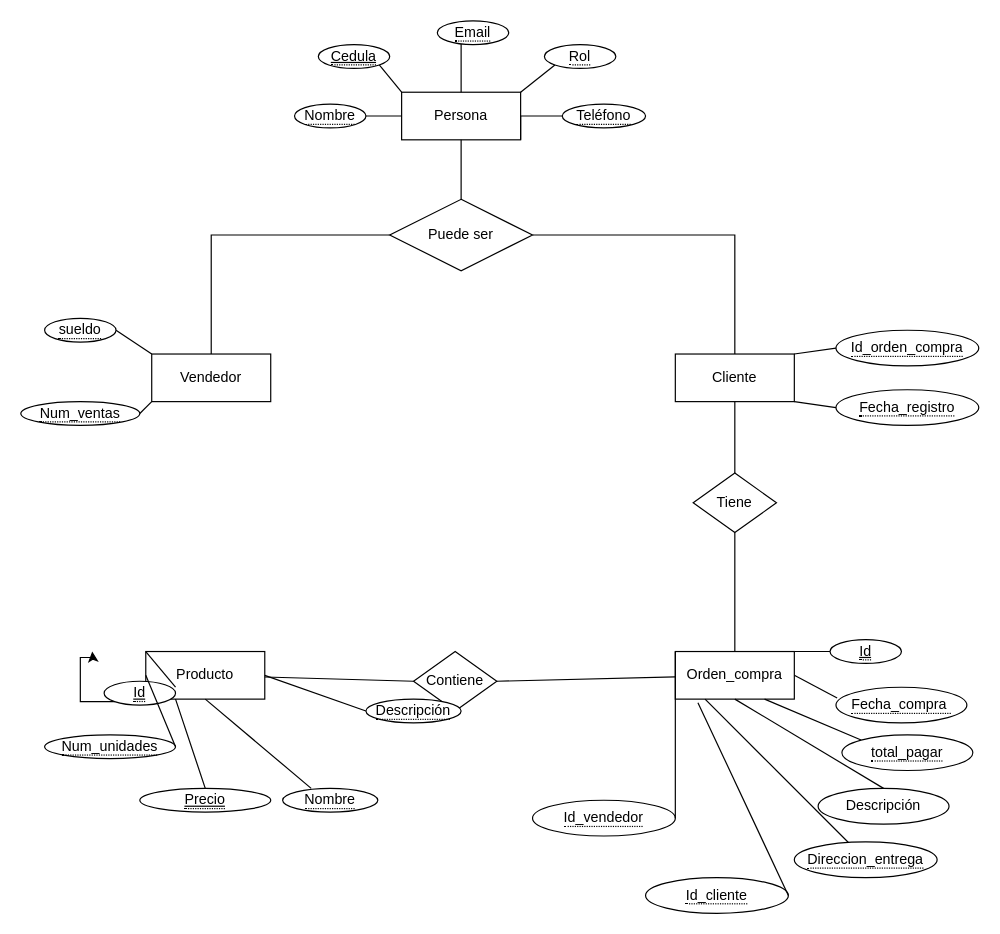
Above: Diagrama sin título.drawio in leonyudithk/Bakery-Shop (draw.io), before the change. Source tidied: cells renumbered, new cells numbered last; positions are measured from the earlier drawing's top-left corner, leaving out a move shared by most shapes. Both pictures are drawn from the tidied source at 119%, with x=0, y=0 at pixel (20, 20).
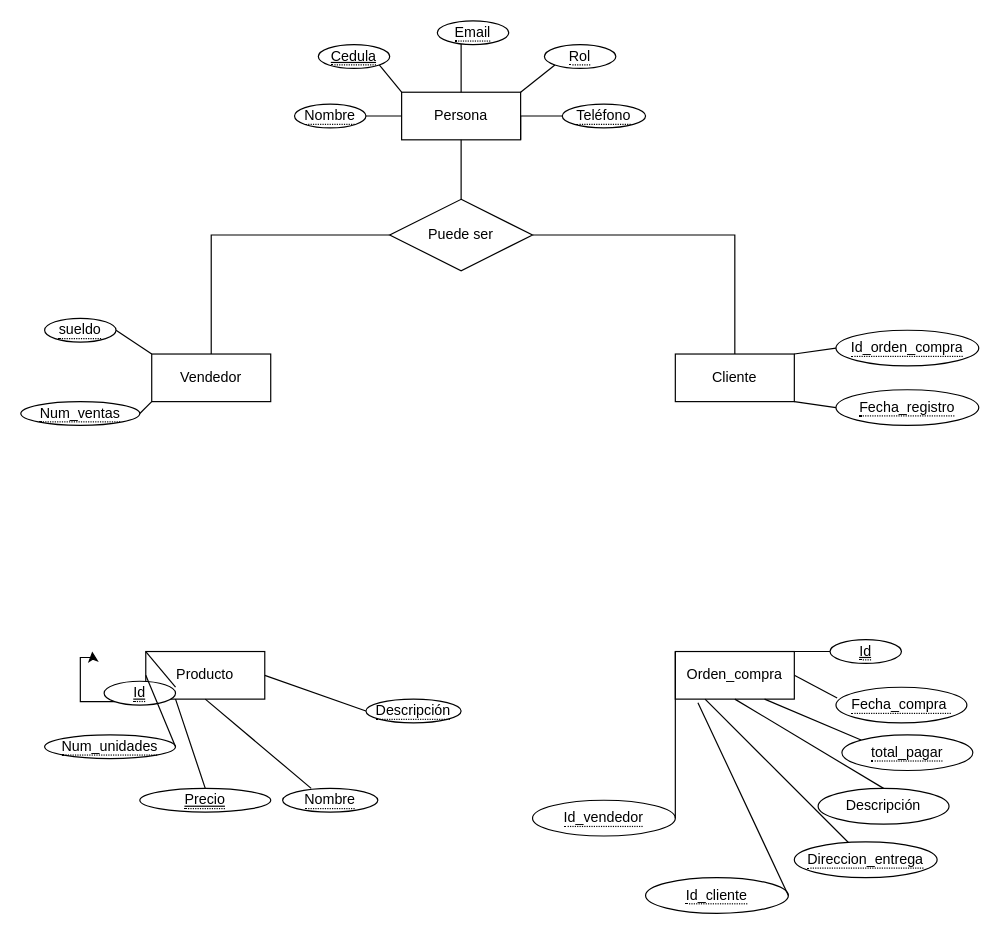
The same diagram, later.

The change refers to these unchanged cells:
```xml
<mxCell id="4" value="Producto" style="whiteSpace=wrap;html=1;align=center;" parent="1" vertex="1">
  <mxGeometry x="105" y="530" width="100" height="40" as="geometry" />
</mxCell>
<mxCell id="5" value="Orden_compra" style="whiteSpace=wrap;html=1;align=center;" parent="1" vertex="1">
  <mxGeometry x="550" y="530" width="100" height="40" as="geometry" />
</mxCell>
<mxCell id="7" value="Cliente" style="whiteSpace=wrap;html=1;align=center;" parent="1" vertex="1">
  <mxGeometry x="550" y="280" width="100" height="40" as="geometry" />
</mxCell>
```

Change to the diagram source:
```diff
@@
-    <mxCell id="14" value="Contiene" style="rhombus;whiteSpace=wrap;html=1;" parent="1" vertex="1">
-      <mxGeometry x="330" y="530" width="70" height="50" as="geometry" />
-    </mxCell>
-    <mxCell id="15" value="Tiene" style="rhombus;whiteSpace=wrap;html=1;" parent="1" vertex="1">
-      <mxGeometry x="565" y="380" width="70" height="50" as="geometry" />
-    </mxCell>
@@
-    <mxCell id="53" style="endArrow=none;html=1;rounded=0;" parent="1" edge="1" source="15" target="7">
-      <mxGeometry relative="1" as="geometry" />
-    </mxCell>
-    <mxCell id="54" style="endArrow=none;html=1;rounded=0;exitX=0.5;exitY=0;exitDx=0;exitDy=0;" parent="1" edge="1" source="5">
-      <mxGeometry relative="1" as="geometry">
-        <mxPoint x="600" y="430" as="targetPoint" />
-      </mxGeometry>
-    </mxCell>
-    <mxCell id="55" style="endArrow=none;html=1;rounded=0;entryX=0;entryY=0.5;entryDx=0;entryDy=0;" parent="1" edge="1" source="4" target="14">
-      <mxGeometry relative="1" as="geometry" />
-    </mxCell>
@@
-    <mxCell id="57" style="endArrow=none;html=1;rounded=0;entryX=1;entryY=0.5;entryDx=0;entryDy=0;" parent="1" edge="1" source="5" target="14">
-      <mxGeometry relative="1" as="geometry" />
-    </mxCell>
```
